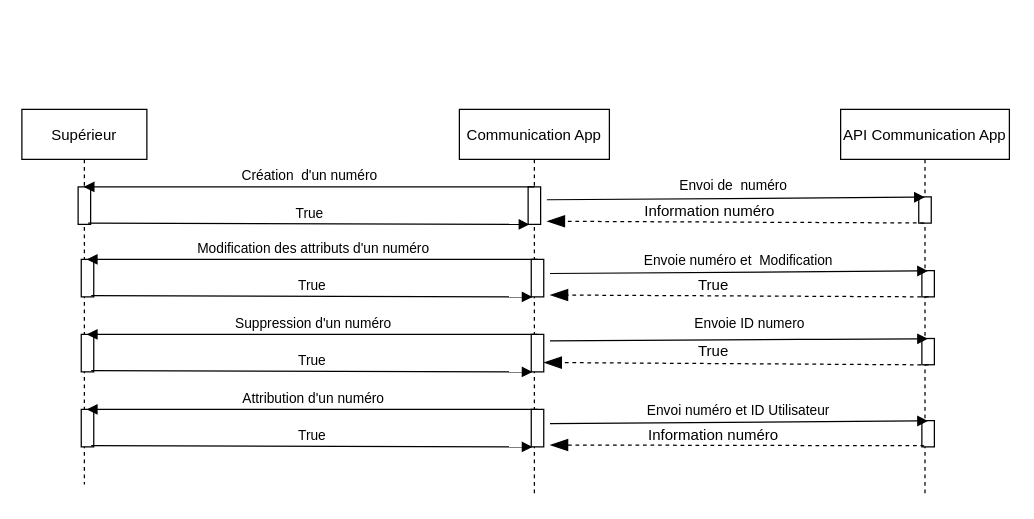
LewisYann/App-Asterisk keeps this draw.io diagram as page "Gestion des contacts" (2 of 5) of Diagramme sans nom.drawio. Above is the earlier version. Source tidied: cells renumbered, new cells numbered last; positions are measured from the earlier drawing's top-left corner, leaving out a move shared by most shapes. Both pictures are drawn from the tidied source at 125%, with x=0, y=0 at pixel (21, 109).
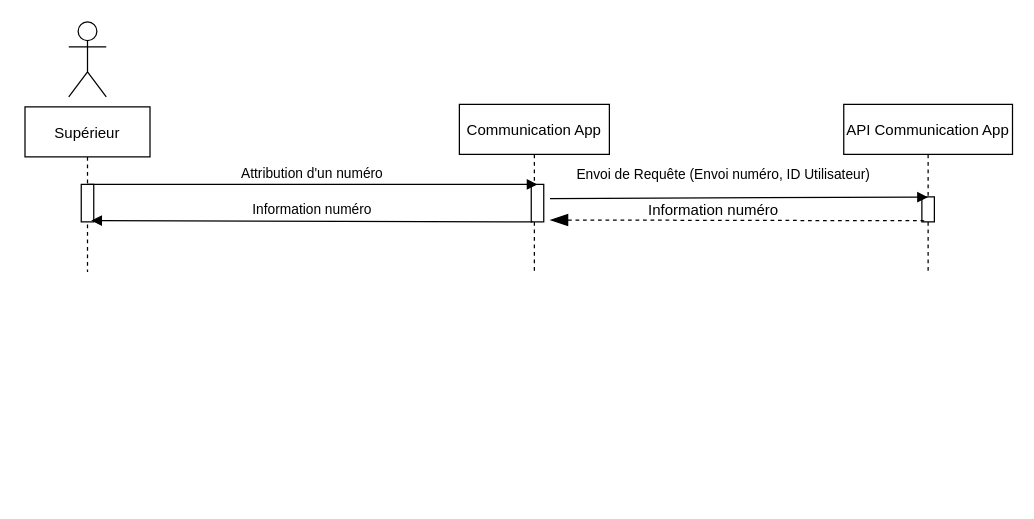
Above is the later version.

Change to the diagram source:
```diff
@@
     <mxCell id="2" value="API Communication App" style="shape=umlLifeline;perimeter=lifelinePerimeter;rounded=0;shadow=0;strokeWidth=1;" parent="1" vertex="1">
-      <mxGeometry x="655" width="135" height="310" as="geometry" />
+      <mxGeometry x="657.5" y="-4" width="135" height="134" as="geometry" />
     </mxCell>
     <mxCell id="3" value="Communication App" style="shape=umlLifeline;perimeter=lifelinePerimeter;rounded=0;shadow=0;strokeWidth=1;" parent="1" vertex="1">
-      <mxGeometry x="350" width="120" height="310" as="geometry" />
+      <mxGeometry x="350" y="-4" width="120" height="134" as="geometry" />
     </mxCell>
     <mxCell id="4" value="Supérieur" style="shape=umlLifeline;perimeter=lifelinePerimeter;rounded=0;shadow=0;strokeWidth=1;" parent="1" vertex="1">
-      <mxGeometry width="100" height="300" as="geometry" />
+      <mxGeometry x="2.5" y="-2" width="100" height="132" as="geometry" />
     </mxCell>
-    <mxCell id="5" style="perimeter=orthogonalPerimeter;rounded=0;shadow=0;strokeWidth=1;" parent="1" vertex="1">
-      <mxGeometry x="45" y="62" width="10" height="30" as="geometry" />
-    </mxCell>
-    <mxCell id="6" style="perimeter=orthogonalPerimeter;rounded=0;shadow=0;strokeWidth=1;" parent="1" vertex="1">
-      <mxGeometry x="405" y="62" width="10" height="30" as="geometry" />
-    </mxCell>
-    <mxCell id="7" value="Création&amp;nbsp; d'un numéro" style="html=1;verticalAlign=bottom;endArrow=block;strokeColor=#000000;" parent="1" edge="1">
-      <mxGeometry relative="1" as="geometry">
-        <mxPoint x="410" y="62" as="sourcePoint" />
-        <mxPoint x="49.5" y="62" as="targetPoint" />
-      </mxGeometry>
-    </mxCell>
-    <mxCell id="8" value="True" style="html=1;verticalAlign=bottom;endArrow=block;strokeColor=#000000;entryX=0.3;entryY=1;entryDx=0;entryDy=0;entryPerimeter=0;exitX=1;exitY=0.967;exitDx=0;exitDy=0;exitPerimeter=0;" parent="1" edge="1">
-      <mxGeometry relative="1" as="geometry">
-        <mxPoint x="53" y="91" as="sourcePoint" />
-        <mxPoint x="406" y="92" as="targetPoint" />
-      </mxGeometry>
-    </mxCell>
-    <mxCell id="9" style="perimeter=orthogonalPerimeter;rounded=0;shadow=0;strokeWidth=1;" parent="1" vertex="1">
-      <mxGeometry x="47.5" y="120" width="10" height="30" as="geometry" />
-    </mxCell>
-    <mxCell id="10" style="perimeter=orthogonalPerimeter;rounded=0;shadow=0;strokeWidth=1;" parent="1" vertex="1">
-      <mxGeometry x="407.5" y="120" width="10" height="30" as="geometry" />
-    </mxCell>
-    <mxCell id="11" value="Modification des attributs d'un numéro" style="html=1;verticalAlign=bottom;endArrow=block;strokeColor=#000000;" parent="1" edge="1">
-      <mxGeometry relative="1" as="geometry">
-        <mxPoint x="412.5" y="120" as="sourcePoint" />
-        <mxPoint x="52" y="120" as="targetPoint" />
-      </mxGeometry>
-    </mxCell>
-    <mxCell id="12" value="True" style="html=1;verticalAlign=bottom;endArrow=block;strokeColor=#000000;entryX=0.3;entryY=1;entryDx=0;entryDy=0;entryPerimeter=0;exitX=1;exitY=0.967;exitDx=0;exitDy=0;exitPerimeter=0;" parent="1" edge="1">
-      <mxGeometry relative="1" as="geometry">
-        <mxPoint x="55.5" y="149" as="sourcePoint" />
-        <mxPoint x="408.5" y="150" as="targetPoint" />
-      </mxGeometry>
-    </mxCell>
-    <mxCell id="13" style="perimeter=orthogonalPerimeter;rounded=0;shadow=0;strokeWidth=1;" parent="1" vertex="1">
-      <mxGeometry x="47.5" y="180" width="10" height="30" as="geometry" />
-    </mxCell>
-    <mxCell id="14" style="perimeter=orthogonalPerimeter;rounded=0;shadow=0;strokeWidth=1;" parent="1" vertex="1">
-      <mxGeometry x="407.5" y="180" width="10" height="30" as="geometry" />
-    </mxCell>
-    <mxCell id="15" value="Suppression d'un numéro" style="html=1;verticalAlign=bottom;endArrow=block;strokeColor=#000000;" parent="1" edge="1">
-      <mxGeometry relative="1" as="geometry">
-        <mxPoint x="412.5" y="180" as="sourcePoint" />
-        <mxPoint x="52" y="180" as="targetPoint" />
-      </mxGeometry>
-    </mxCell>
-    <mxCell id="16" value="True" style="html=1;verticalAlign=bottom;endArrow=block;strokeColor=#000000;entryX=0.3;entryY=1;entryDx=0;entryDy=0;entryPerimeter=0;exitX=1;exitY=0.967;exitDx=0;exitDy=0;exitPerimeter=0;" parent="1" edge="1">
-      <mxGeometry relative="1" as="geometry">
-        <mxPoint x="55.5" y="209" as="sourcePoint" />
-        <mxPoint x="408.5" y="210" as="targetPoint" />
-      </mxGeometry>
-    </mxCell>
-    <mxCell id="17" style="points=[];perimeter=orthogonalPerimeter;rounded=0;shadow=0;strokeWidth=1;" parent="1" vertex="1">
-      <mxGeometry x="720" y="129" width="10" height="21" as="geometry" />
-    </mxCell>
-    <mxCell id="18" value="Envoie numéro et&amp;nbsp; Modification" style="html=1;verticalAlign=bottom;endArrow=block;strokeColor=#000000;entryX=0.485;entryY=0.011;entryDx=0;entryDy=0;entryPerimeter=0;" parent="1" edge="1" target="17">
-      <mxGeometry relative="1" as="geometry">
-        <mxPoint x="422.5" y="131.3" as="sourcePoint" />
-      </mxGeometry>
-    </mxCell>
-    <mxCell id="19" style="endArrow=blockThin;endFill=1;endSize=12;html=1;dashed=1;exitX=0.503;exitY=0.673;exitDx=0;exitDy=0;exitPerimeter=0;" parent="1" edge="1">
-      <mxGeometry relative="1" as="geometry">
-        <mxPoint x="725.4" y="150" as="sourcePoint" />
-        <mxPoint x="422.5" y="148.5" as="targetPoint" />
-      </mxGeometry>
-    </mxCell>
-    <mxCell id="20" value="True" style="text;html=1;align=center;verticalAlign=middle;strokeColor=none;" parent="1" vertex="1">
-      <mxGeometry x="532.5" y="130.5" width="40" height="20" as="geometry" />
-    </mxCell>
-    <mxCell id="21" style="points=[];perimeter=orthogonalPerimeter;rounded=0;shadow=0;strokeWidth=1;" parent="1" vertex="1">
-      <mxGeometry x="720" y="183.3" width="10" height="21" as="geometry" />
-    </mxCell>
-    <mxCell id="22" style="html=1;verticalAlign=bottom;endArrow=block;strokeColor=#000000;entryX=0.485;entryY=0.011;entryDx=0;entryDy=0;entryPerimeter=0;" parent="1" edge="1" target="21">
-      <mxGeometry relative="1" as="geometry">
-        <mxPoint x="422.5" y="185.1" as="sourcePoint" />
-        <Array as="points">
-          <mxPoint x="632.5" y="184" />
-        </Array>
-      </mxGeometry>
-    </mxCell>
-    <mxCell id="23" value="Envoie ID numero" style="edgeLabel;html=1;align=center;verticalAlign=middle;" parent="22" vertex="1">
-      <mxGeometry x="0.16" y="2" relative="1" as="geometry">
-        <mxPoint x="-16" y="-12" as="offset" />
-      </mxGeometry>
-    </mxCell>
-    <mxCell id="24" style="endArrow=blockThin;endFill=1;endSize=12;html=1;dashed=1;exitX=0.503;exitY=0.831;exitDx=0;exitDy=0;exitPerimeter=0;" parent="1" edge="1">
-      <mxGeometry relative="1" as="geometry">
-        <mxPoint x="725.4" y="204.4" as="sourcePoint" />
-        <mxPoint x="417.5" y="202.5" as="targetPoint" />
-      </mxGeometry>
-    </mxCell>
-    <mxCell id="25" value="True" style="text;html=1;align=center;verticalAlign=middle;strokeColor=none;" parent="1" vertex="1">
-      <mxGeometry x="532.5" y="184.3" width="40" height="20" as="geometry" />
-    </mxCell>
-    <mxCell id="26" style="points=[];perimeter=orthogonalPerimeter;rounded=0;shadow=0;strokeWidth=1;" parent="1" vertex="1">
-      <mxGeometry x="717.5" y="70" width="10" height="21" as="geometry" />
-    </mxCell>
-    <mxCell id="27" value="Envoi de&amp;nbsp; numéro" style="html=1;verticalAlign=bottom;endArrow=block;strokeColor=#000000;entryX=0.485;entryY=0.011;entryDx=0;entryDy=0;entryPerimeter=0;" parent="1" edge="1" target="26">
-      <mxGeometry x="-0.01" y="1" relative="1" as="geometry">
-        <mxPoint x="420" y="72.3" as="sourcePoint" />
-        <mxPoint x="-1" as="offset" />
-      </mxGeometry>
-    </mxCell>
-    <mxCell id="28" style="endArrow=blockThin;endFill=1;endSize=12;html=1;dashed=1;exitX=0.495;exitY=0.321;exitDx=0;exitDy=0;exitPerimeter=0;" parent="1" edge="1">
-      <mxGeometry relative="1" as="geometry">
-        <mxPoint x="721.8" y="90.9" as="sourcePoint" />
-        <mxPoint x="420" y="89.5" as="targetPoint" />
-      </mxGeometry>
-    </mxCell>
-    <mxCell id="29" value="Information numéro" style="text;html=1;align=center;verticalAlign=middle;strokeColor=none;" parent="1" vertex="1">
-      <mxGeometry x="490" y="71.5" width="120" height="20" as="geometry" />
-    </mxCell>
     <mxCell id="30" style="perimeter=orthogonalPerimeter;rounded=0;shadow=0;strokeWidth=1;" parent="1" vertex="1">
-      <mxGeometry x="47.5" y="240" width="10" height="30" as="geometry" />
+      <mxGeometry x="47.5" y="60" width="10" height="30" as="geometry" />
     </mxCell>
     <mxCell id="31" style="perimeter=orthogonalPerimeter;rounded=0;shadow=0;strokeWidth=1;" parent="1" vertex="1">
-      <mxGeometry x="407.5" y="240" width="10" height="30" as="geometry" />
+      <mxGeometry x="407.5" y="60" width="10" height="30" as="geometry" />
     </mxCell>
     <mxCell id="32" value="Attribution d'un numéro" style="html=1;verticalAlign=bottom;endArrow=block;strokeColor=#000000;" parent="1" edge="1">
       <mxGeometry relative="1" as="geometry">
-        <mxPoint x="412.5" y="240" as="sourcePoint" />
-        <mxPoint x="52" y="240" as="targetPoint" />
+        <mxPoint x="52" y="60" as="sourcePoint" />
+        <mxPoint x="412.5" y="60" as="targetPoint" />
       </mxGeometry>
     </mxCell>
-    <mxCell id="33" value="True" style="html=1;verticalAlign=bottom;endArrow=block;strokeColor=#000000;entryX=0.3;entryY=1;entryDx=0;entryDy=0;entryPerimeter=0;exitX=1;exitY=0.967;exitDx=0;exitDy=0;exitPerimeter=0;" parent="1" edge="1">
+    <mxCell id="33" value="Information numéro" style="html=1;verticalAlign=bottom;endArrow=block;strokeColor=#000000;entryX=0.3;entryY=1;entryDx=0;entryDy=0;entryPerimeter=0;exitX=1;exitY=0.967;exitDx=0;exitDy=0;exitPerimeter=0;" parent="1" edge="1">
       <mxGeometry relative="1" as="geometry">
-        <mxPoint x="55.5" y="269" as="sourcePoint" />
-        <mxPoint x="408.5" y="270" as="targetPoint" />
+        <mxPoint x="408.5" y="90" as="sourcePoint" />
+        <mxPoint x="55.5" y="89" as="targetPoint" />
       </mxGeometry>
     </mxCell>
     <mxCell id="34" style="points=[];perimeter=orthogonalPerimeter;rounded=0;shadow=0;strokeWidth=1;" parent="1" vertex="1">
-      <mxGeometry x="720" y="249" width="10" height="21" as="geometry" />
+      <mxGeometry x="720" y="70" width="10" height="20" as="geometry" />
     </mxCell>
-    <mxCell id="35" value="Envoi numéro et ID Utilisateur" style="html=1;verticalAlign=bottom;endArrow=block;strokeColor=#000000;entryX=0.485;entryY=0.011;entryDx=0;entryDy=0;entryPerimeter=0;" parent="1" edge="1" target="34">
-      <mxGeometry relative="1" as="geometry">
-        <mxPoint x="422.5" y="251.3" as="sourcePoint" />
+    <mxCell id="35" value="Envoi de Requête (Envoi numéro, ID Utilisateur)" style="html=1;verticalAlign=bottom;endArrow=block;strokeColor=#000000;entryX=0.485;entryY=0.011;entryDx=0;entryDy=0;entryPerimeter=0;" parent="1" edge="1" target="34">
+      <mxGeometry x="-0.08" y="10" relative="1" as="geometry">
+        <mxPoint x="422.5" y="71.3" as="sourcePoint" />
       </mxGeometry>
     </mxCell>
     <mxCell id="36" style="endArrow=blockThin;endFill=1;endSize=12;html=1;dashed=1;exitX=0.477;exitY=0.496;exitDx=0;exitDy=0;exitPerimeter=0;" parent="1" edge="1">
       <mxGeometry relative="1" as="geometry">
-        <mxPoint x="721.9" y="269.1" as="sourcePoint" />
-        <mxPoint x="422.5" y="268.5" as="targetPoint" />
+        <mxPoint x="721.9" y="89.1" as="sourcePoint" />
+        <mxPoint x="422.5" y="88.5" as="targetPoint" />
       </mxGeometry>
     </mxCell>
     <mxCell id="37" value="Information numéro" style="text;html=1;align=center;verticalAlign=middle;strokeColor=none;" parent="1" vertex="1">
-      <mxGeometry x="492.5" y="250.5" width="120" height="20" as="geometry" />
+      <mxGeometry x="492.5" y="70.5" width="120" height="20" as="geometry" />
     </mxCell>
+    <mxCell id="38" style="shape=umlActor;verticalLabelPosition=bottom;verticalAlign=top;html=1;" parent="1" vertex="1">
+      <mxGeometry x="37.5" y="-70" width="30" height="60" as="geometry" />
+    </mxCell>
```
